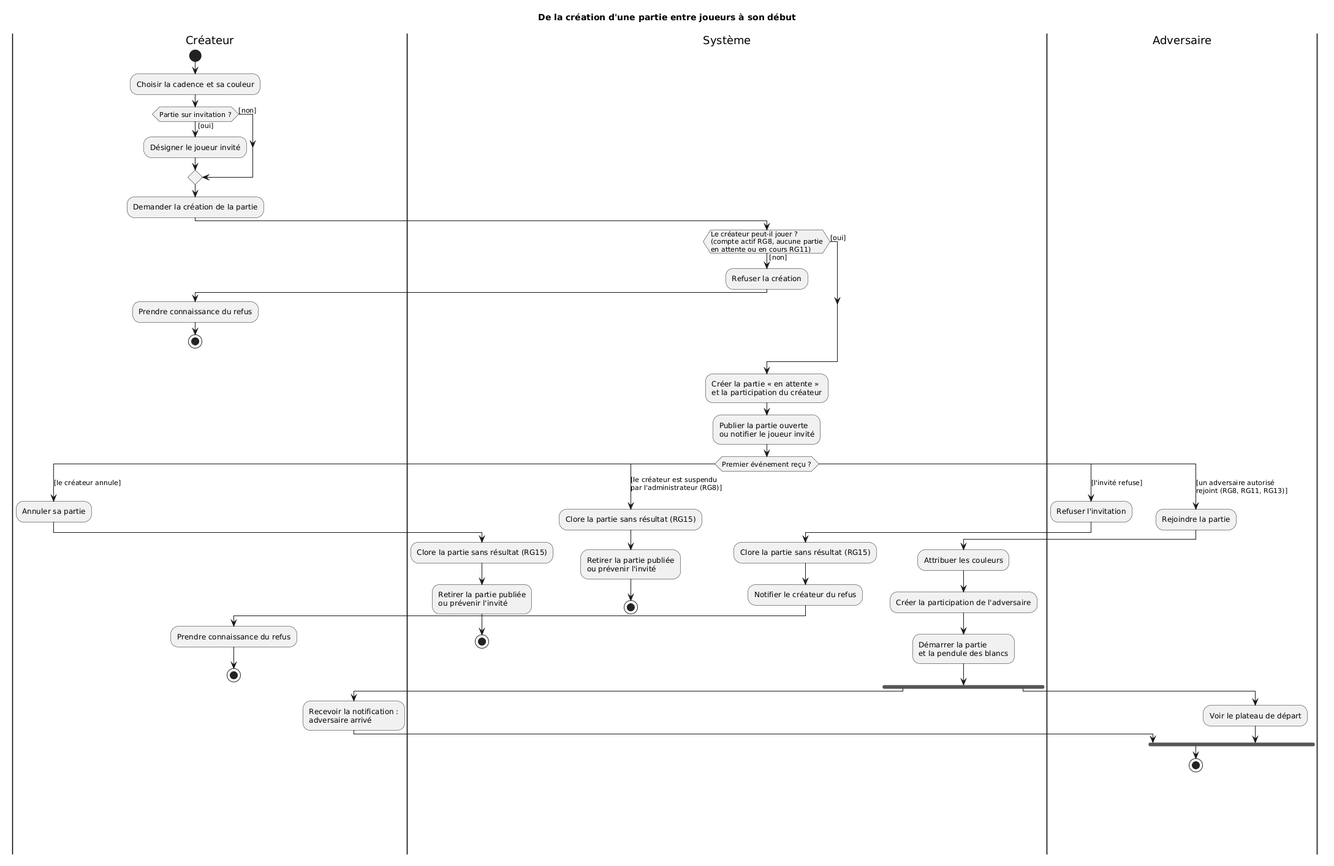
Before: diagrams/activite-demarrer-partie.png, a diagram exported from PlantUML (kevinBissouth/projet_echecs_tic315).
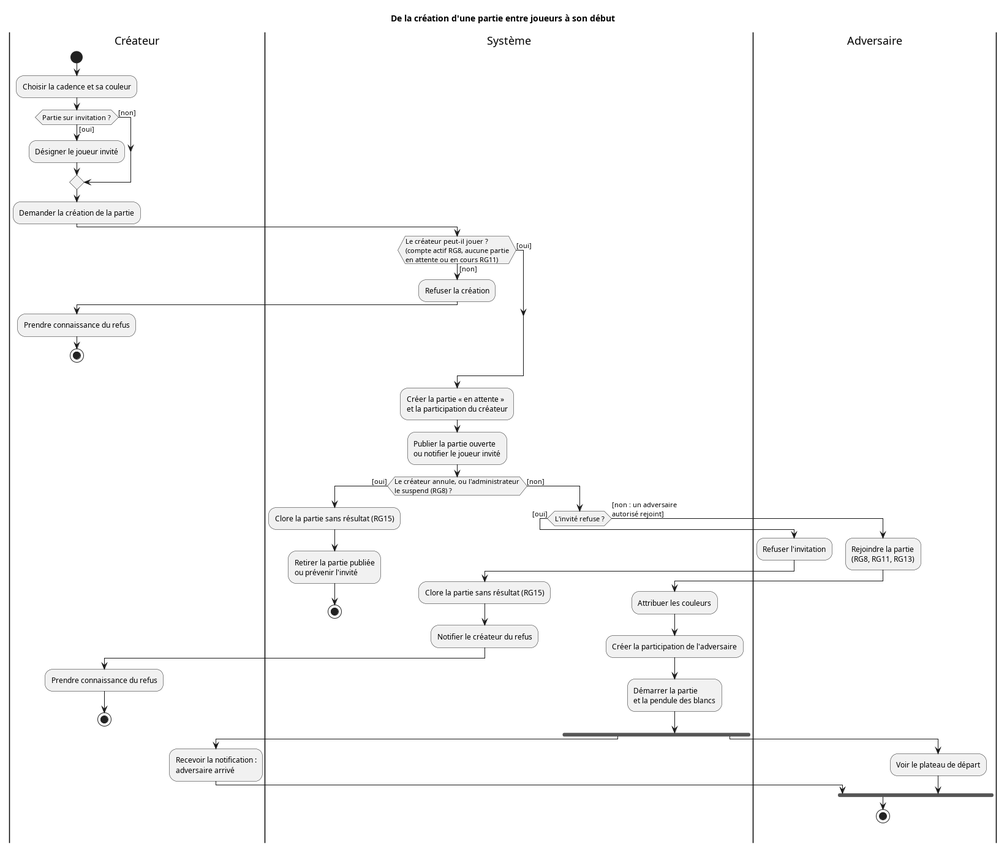
After the change.

Diff of the diagram source:
```diff
@@ -1,4 +1,4 @@
-@startuml
+@startuml activite-demarrer-partie
 
 title De la création d'une partie entre joueurs à son début
 
@@ -25,45 +25,40 @@
 :Publier la partie ouverte
 ou notifier le joueur invité;
 
-switch (Premier événement reçu ?)
-case ([le créateur annule])
-  |Créateur|
-  :Annuler sa partie;
-  |Système|
+if (Le créateur annule, ou l'administrateur\nle suspend (RG8) ?) then ([oui])
   :Clore la partie sans résultat (RG15);
   :Retirer la partie publiée
   ou prévenir l'invité;
   stop
-case ([le créateur est suspendu\npar l'administrateur (RG8)])
-  :Clore la partie sans résultat (RG15);
-  :Retirer la partie publiée
-  ou prévenir l'invité;
-  stop
-case ([l'invité refuse])
-  |Adversaire|
-  :Refuser l'invitation;
-  |Système|
-  :Clore la partie sans résultat (RG15);
-  :Notifier le créateur du refus;
-  |Créateur|
-  :Prendre connaissance du refus;
-  stop
-case ([un adversaire autorisé\nrejoint (RG8, RG11, RG13)])
-  |Adversaire|
-  :Rejoindre la partie;
-  |Système|
-  :Attribuer les couleurs;
-  :Créer la participation de l'adversaire;
-  :Démarrer la partie
-  et la pendule des blancs;
-  fork
+else ([non])
+  if (L'invité refuse ?) then ([oui])
+    |Adversaire|
+    :Refuser l'invitation;
+    |Système|
+    :Clore la partie sans résultat (RG15);
+    :Notifier le créateur du refus;
     |Créateur|
-    :Recevoir la notification :
-    adversaire arrivé;
-  fork again
+    :Prendre connaissance du refus;
+    stop
+  else ([non : un adversaire\nautorisé rejoint])
     |Adversaire|
-    :Voir le plateau de départ;
-  end fork
-  stop
-endswitch
+    :Rejoindre la partie
+    (RG8, RG11, RG13);
+    |Système|
+    :Attribuer les couleurs;
+    :Créer la participation de l'adversaire;
+    :Démarrer la partie
+    et la pendule des blancs;
+    fork
+      |Créateur|
+      :Recevoir la notification :
+      adversaire arrivé;
+    fork again
+      |Adversaire|
+      :Voir le plateau de départ;
+    end fork
+    stop
+  endif
+endif
+
 @enduml
```
